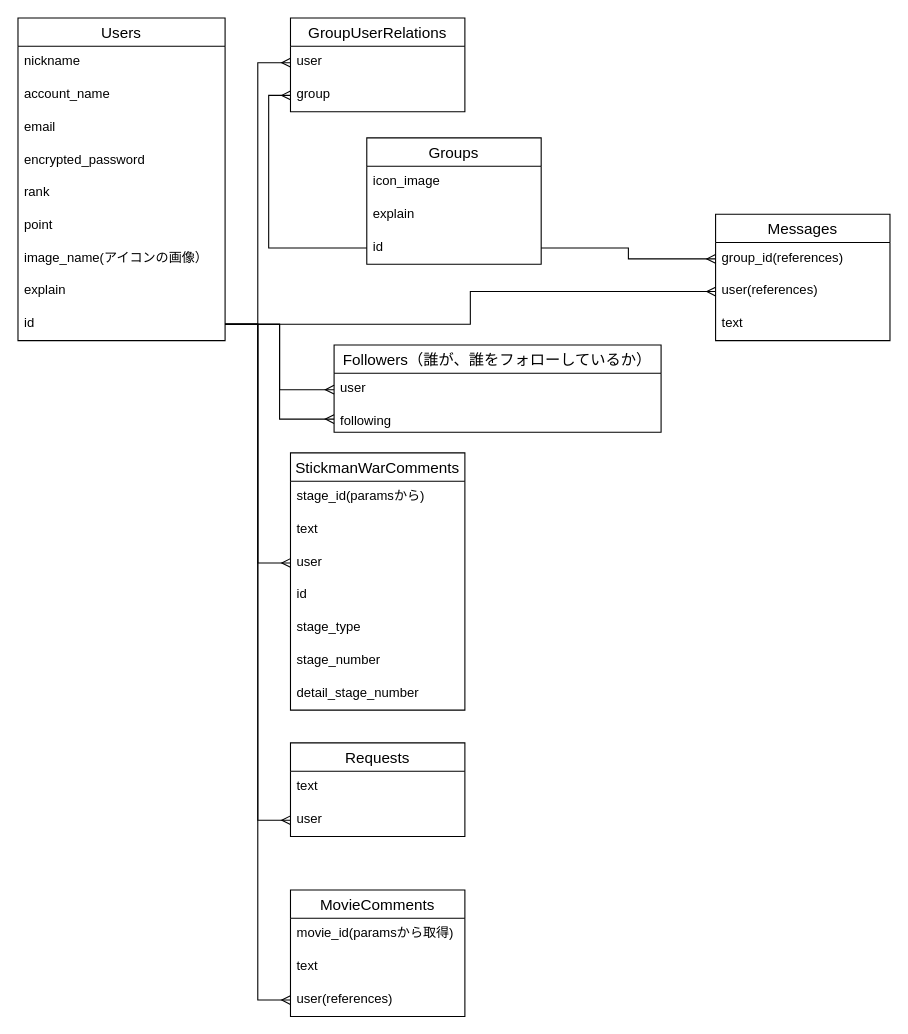
Above: database.dio in runba3011/runba_home (draw.io), before the change. Source tidied: cells renumbered, new cells numbered last; positions are measured from the earlier drawing's top-left corner, leaving out a move shared by most shapes. Both pictures are drawn from the tidied source at 109%, with x=0, y=0 at pixel (17, 17).
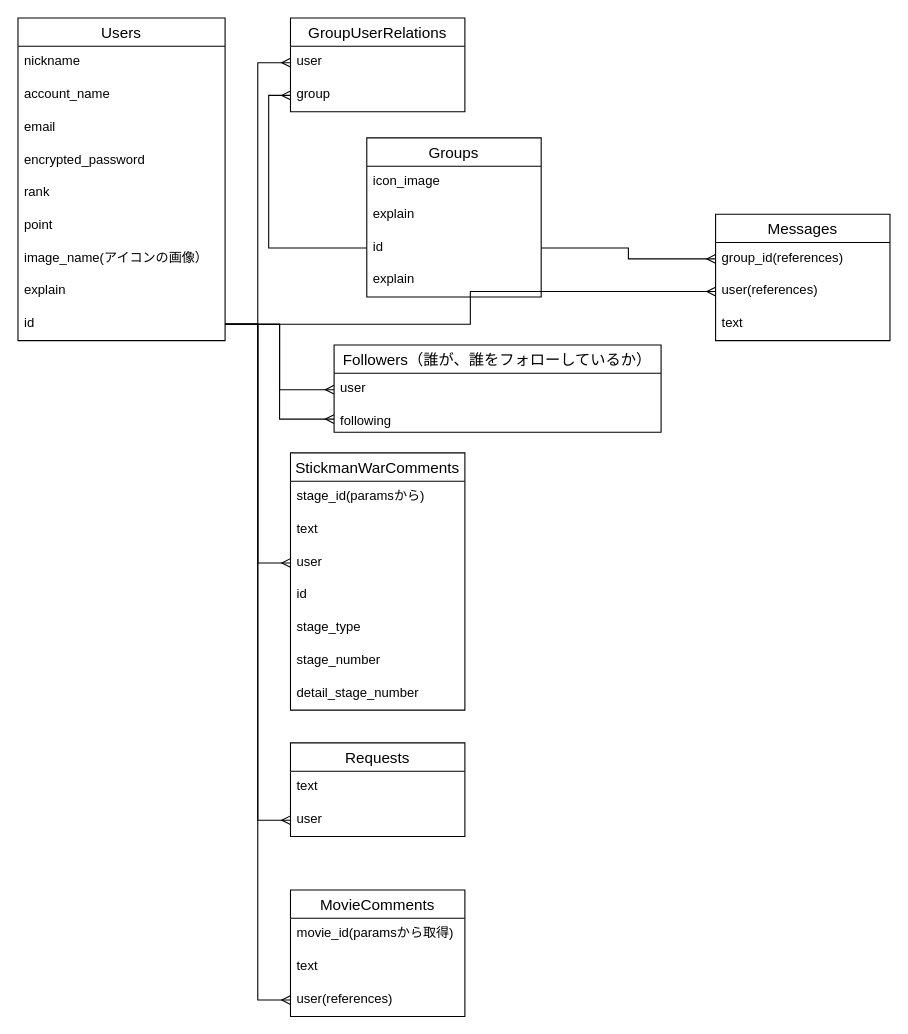
After the change.

Commit message (it also covers changes not shown here):
ReadMeファイルの修正

Diff of the diagram source:
```diff
@@
     <mxCell id="12" value="Groups" style="swimlane;fontStyle=0;horizontal=1;startSize=26;align=center;fontSize=14;" parent="1" vertex="1">
-      <mxGeometry x="320" y="110" width="160" height="116" as="geometry" />
+      <mxGeometry x="320" y="110" width="160" height="146" as="geometry" />
     </mxCell>
@@
+    <mxCell id="50" value="explain" style="text;strokeColor=none;fillColor=none;spacingLeft=4;spacingRight=4;overflow=hidden;fontSize=12;" parent="12" vertex="1">
+      <mxGeometry y="116" width="160" height="30" as="geometry" />
+    </mxCell>
```
